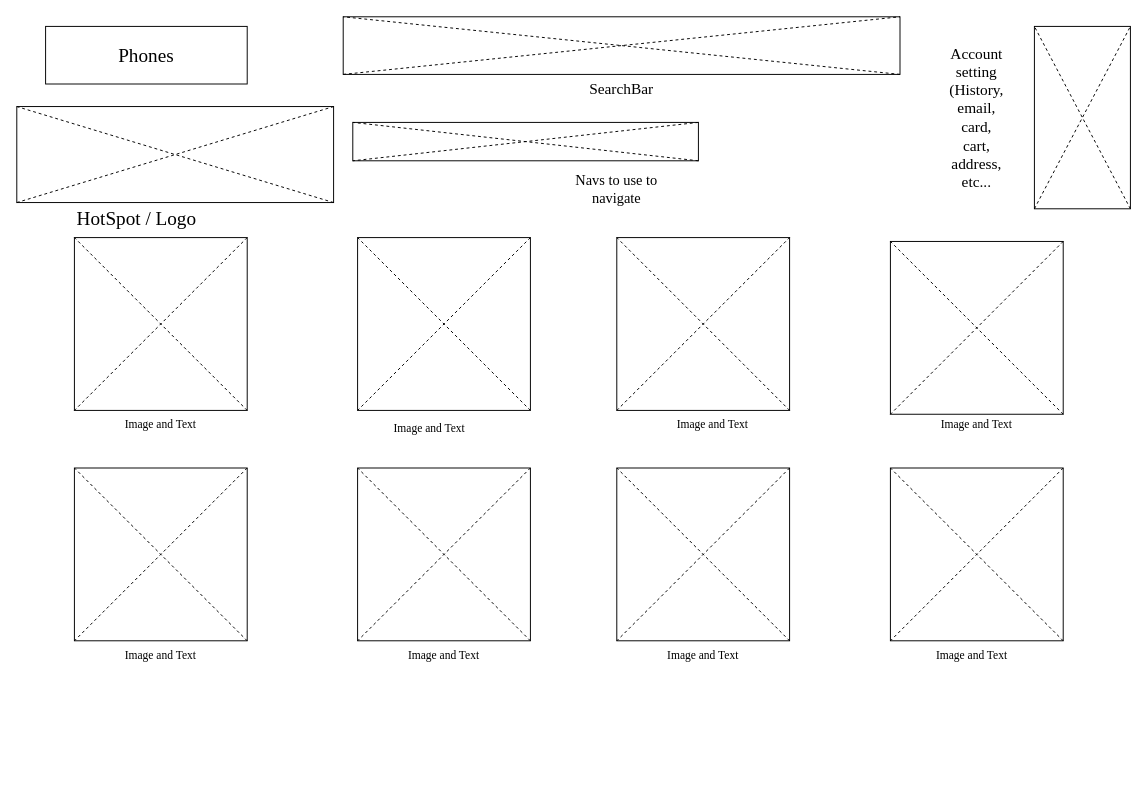
Before: page "Phones PC Layout different design" (4 of 40) of Phone Design Wireframes Unit13.drawio in DariusBilt444079/U13A2-Darius, a draw.io diagram. Source tidied: cells renumbered, new cells numbered last; positions are measured from the earlier drawing's top-left corner, leaving out a move shared by most shapes. Both pictures are drawn from the tidied source at 96%, with x=0, y=0 at pixel (16, 16).
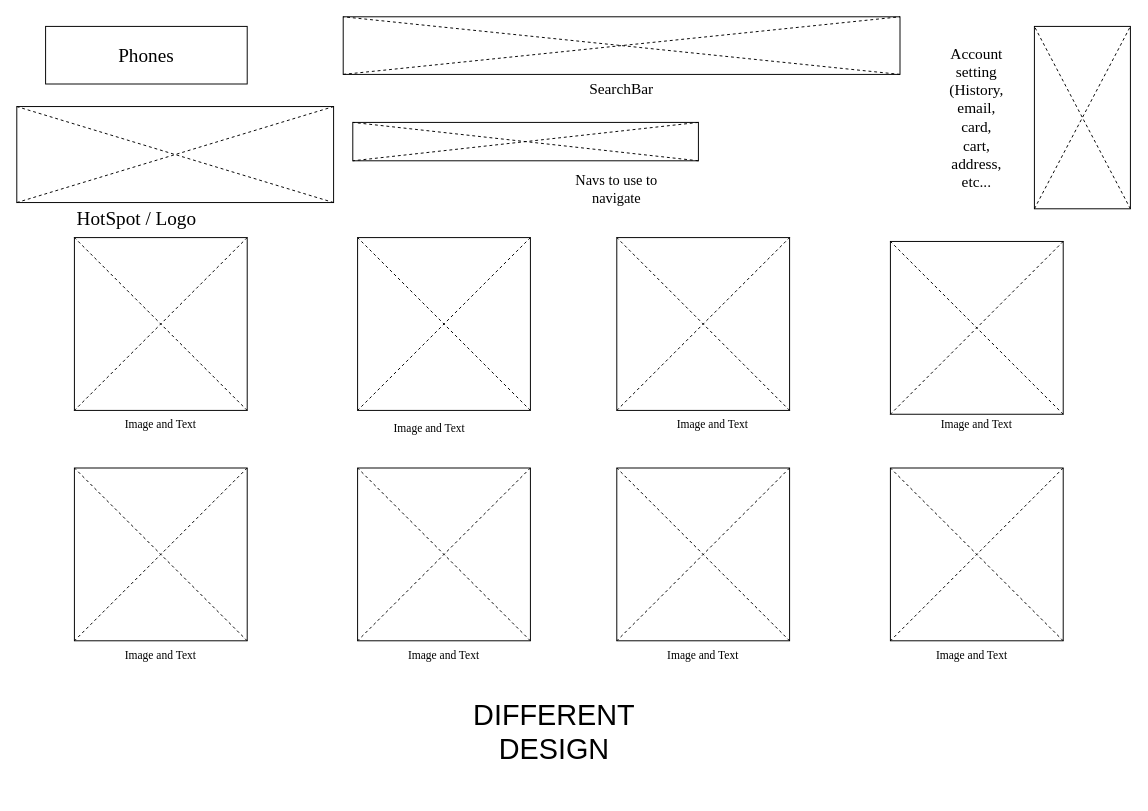
After the change.

What changed in the source:
```diff
@@
+    <mxCell id="52" value="&lt;font style=&quot;font-size: 30px;&quot;&gt;DIFFERENT DESIGN&lt;/font&gt;" style="text;html=1;strokeColor=none;fillColor=none;align=center;verticalAlign=middle;whiteSpace=wrap;rounded=0;" parent="1" vertex="1">
+      <mxGeometry x="445" y="680" width="230" height="130" as="geometry" />
+    </mxCell>
```
